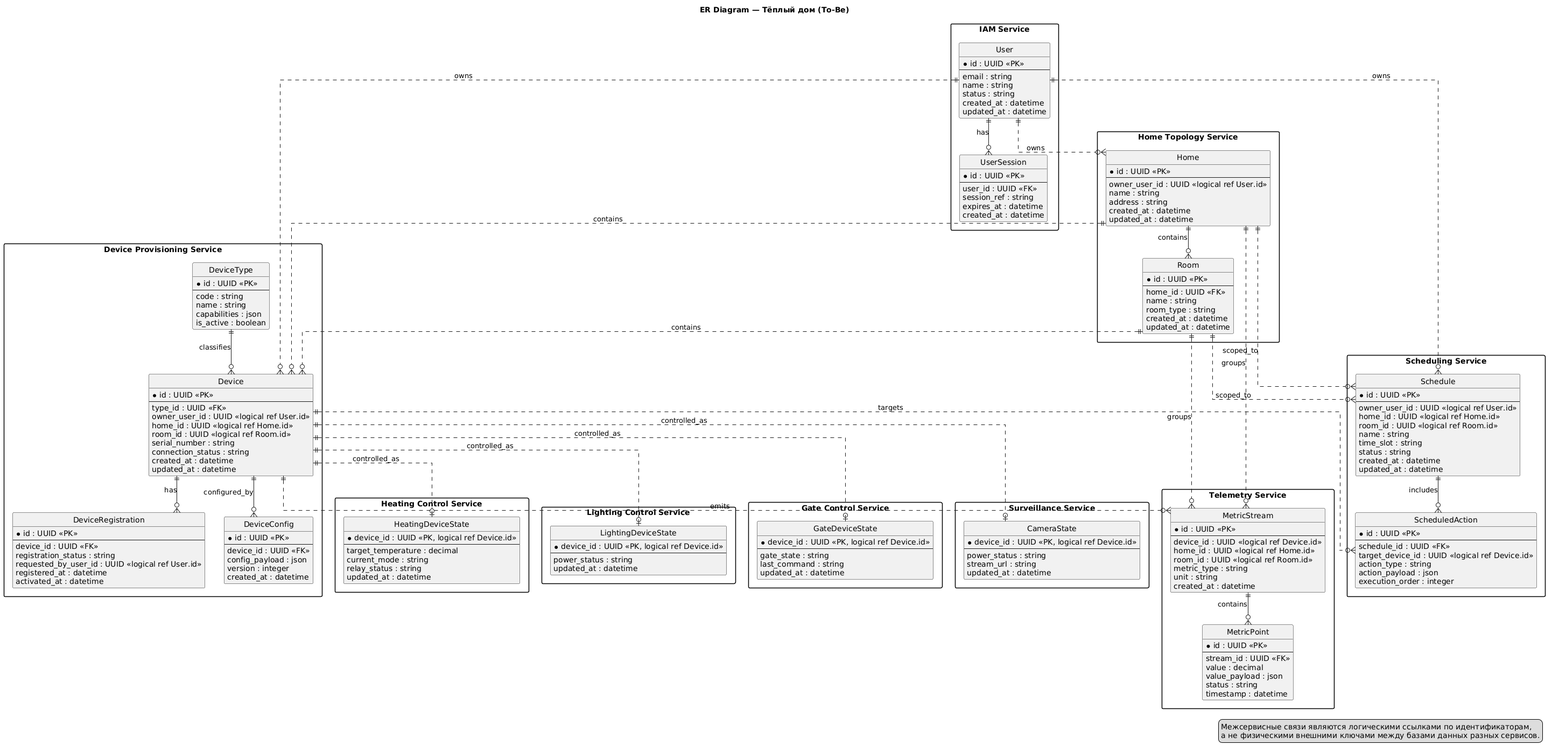
The PlantUML diagram docs/diagrams/out/tobe_er.png in rbe1yaev/architecture-warmhouse, before a commit. The source it was exported from:
```plantuml
@startuml tobe_er

title ER Diagram — Тёплый дом (To-Be)

hide circle
skinparam linetype ortho
skinparam packageStyle rectangle

legend right
  Межсервисные связи являются логическими ссылками по идентификаторам,
  а не физическими внешними ключами между базами данных разных сервисов.
endlegend

package "IAM Service" {
    entity "User" as user {
        * id : UUID <<PK>>
        --
        email : string
        name : string
        status : string
        created_at : datetime
        updated_at : datetime
    }

    entity "UserSession" as user_session {
        * id : UUID <<PK>>
        --
        user_id : UUID <<FK>>
        session_ref : string
        expires_at : datetime
        created_at : datetime
    }
}

package "Home Topology Service" {
    entity "Home" as home {
        * id : UUID <<PK>>
        --
        owner_user_id : UUID <<logical ref User.id>>
        name : string
        address : string
        created_at : datetime
        updated_at : datetime
    }

    entity "Room" as room {
        * id : UUID <<PK>>
        --
        home_id : UUID <<FK>>
        name : string
        room_type : string
        created_at : datetime
        updated_at : datetime
    }
}

package "Device Provisioning Service" {
    entity "DeviceType" as device_type {
        * id : UUID <<PK>>
        --
        code : string
        name : string
        capabilities : json
        is_active : boolean
    }

    entity "Device" as device {
        * id : UUID <<PK>>
        --
        type_id : UUID <<FK>>
        owner_user_id : UUID <<logical ref User.id>>
        home_id : UUID <<logical ref Home.id>>
        room_id : UUID <<logical ref Room.id>>
        serial_number : string
        connection_status : string
        created_at : datetime
        updated_at : datetime
    }

    entity "DeviceRegistration" as device_registration {
        * id : UUID <<PK>>
        --
        device_id : UUID <<FK>>
        registration_status : string
        requested_by_user_id : UUID <<logical ref User.id>>
        registered_at : datetime
        activated_at : datetime
    }

    entity "DeviceConfig" as device_config {
        * id : UUID <<PK>>
        --
        device_id : UUID <<FK>>
        config_payload : json
        version : integer
        created_at : datetime
    }
}

package "Heating Control Service" {
    entity "HeatingDeviceState" as heating_state {
        * device_id : UUID <<PK, logical ref Device.id>>
        --
        target_temperature : decimal
        current_mode : string
        relay_status : string
        updated_at : datetime
    }
}

package "Lighting Control Service" {
    entity "LightingDeviceState" as lighting_state {
        * device_id : UUID <<PK, logical ref Device.id>>
        --
        power_status : string
        updated_at : datetime
    }
}

package "Gate Control Service" {
    entity "GateDeviceState" as gate_state {
        * device_id : UUID <<PK, logical ref Device.id>>
        --
        gate_state : string
        last_command : string
        updated_at : datetime
    }
}

package "Surveillance Service" {
    entity "CameraState" as camera_state {
        * device_id : UUID <<PK, logical ref Device.id>>
        --
        power_status : string
        stream_url : string
        updated_at : datetime
    }
}

package "Telemetry Service" {
    entity "MetricStream" as metric_stream {
        * id : UUID <<PK>>
        --
        device_id : UUID <<logical ref Device.id>>
        home_id : UUID <<logical ref Home.id>>
        room_id : UUID <<logical ref Room.id>>
        metric_type : string
        unit : string
        created_at : datetime
    }

    entity "MetricPoint" as metric_point {
        * id : UUID <<PK>>
        --
        stream_id : UUID <<FK>>
        value : decimal
        value_payload : json
        status : string
        timestamp : datetime
    }

}

package "Scheduling Service" {
    entity "Schedule" as schedule {
        * id : UUID <<PK>>
        --
        owner_user_id : UUID <<logical ref User.id>>
        home_id : UUID <<logical ref Home.id>>
        room_id : UUID <<logical ref Room.id>>
        name : string
        time_slot : string
        status : string
        created_at : datetime
        updated_at : datetime
    }

    entity "ScheduledAction" as scheduled_action {
        * id : UUID <<PK>>
        --
        schedule_id : UUID <<FK>>
        target_device_id : UUID <<logical ref Device.id>>
        action_type : string
        action_payload : json
        execution_order : integer
    }
}

user ||--o{ user_session : has

user ||..o{ home : owns
home ||--o{ room : contains

user ||..o{ device : owns
home ||..o{ device : contains
room ||..o{ device : contains
device_type ||--o{ device : classifies
device ||--o{ device_registration : has
device ||--o{ device_config : configured_by

device ||..o| heating_state : controlled_as
device ||..o| lighting_state : controlled_as
device ||..o| gate_state : controlled_as
device ||..o| camera_state : controlled_as

device ||..o{ metric_stream : emits
home ||..o{ metric_stream : groups
room ||..o{ metric_stream : groups
metric_stream ||--o{ metric_point : contains

user ||..o{ schedule : owns
home ||..o{ schedule : scoped_to
room ||..o{ schedule : scoped_to
schedule ||--o{ scheduled_action : includes
device ||..o{ scheduled_action : targets

@enduml
```
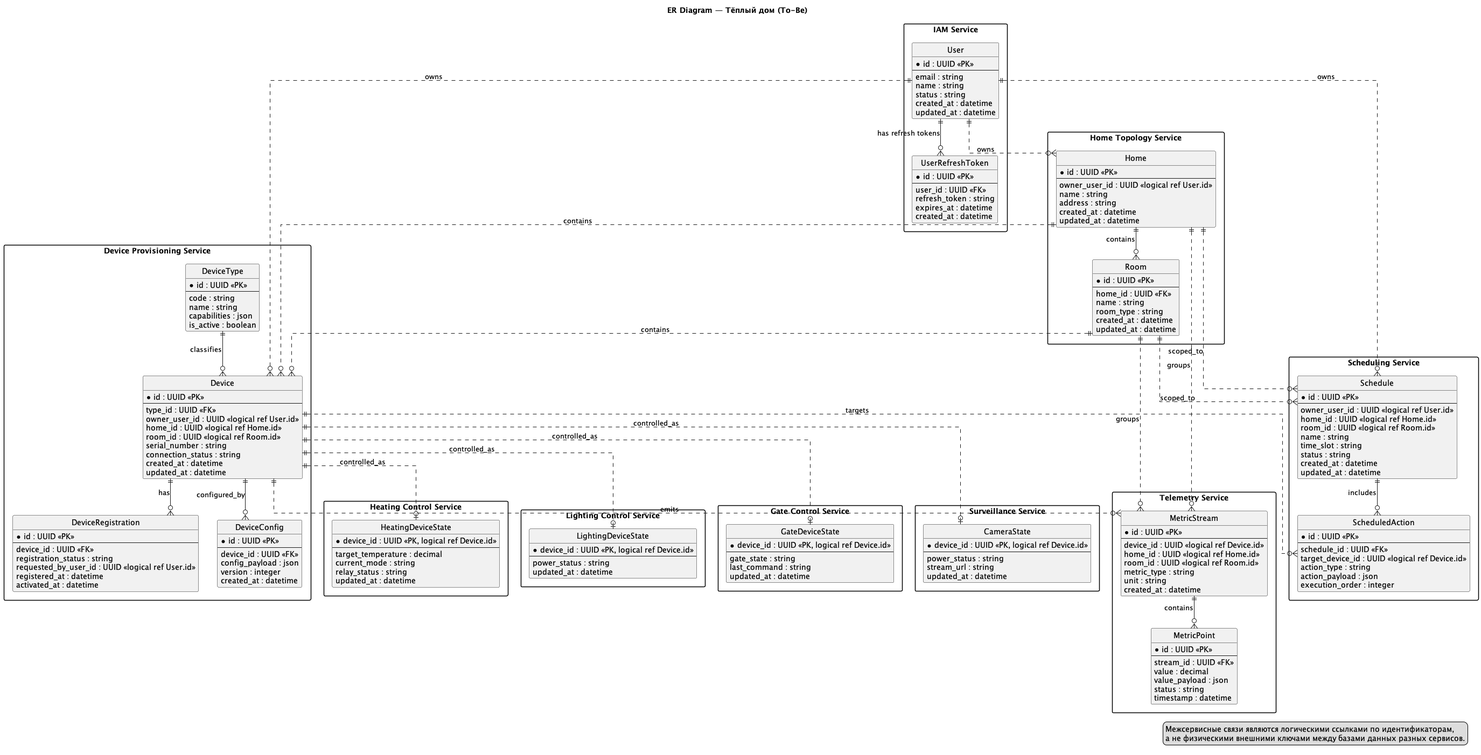
The same diagram one commit later.

The edit, as a diff of the source:
```diff
@@ -22,11 +22,11 @@
         updated_at : datetime
     }
 
-    entity "UserSession" as user_session {
+    entity "UserRefreshToken" as user_session {
         * id : UUID <<PK>>
         --
         user_id : UUID <<FK>>
-        session_ref : string
+        refresh_token : string
         expires_at : datetime
         created_at : datetime
     }
@@ -186,7 +186,7 @@
     }
 }
 
-user ||--o{ user_session : has
+user ||--o{ user_session : "has refresh tokens"
 
 user ||..o{ home : owns
 home ||--o{ room : contains
```
